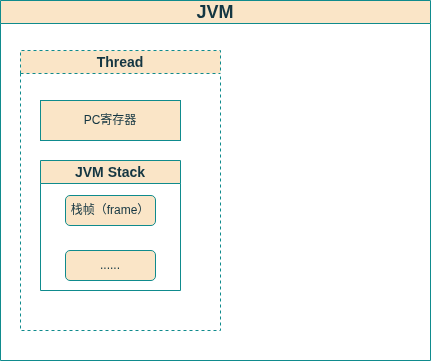
This is java/java.png from 290044632/bookmark, a draw.io export, as it was before one commit. Source tidied: cells renumbered, new cells last; positions are measured from the earlier drawing's top-left corner, leaving out a move shared by most shapes. Its diagram source:
```xml
<mxGraphModel>
  <root>
    <mxCell id="0" />
    <mxCell id="1" parent="0" />
    <mxCell id="2" value="JVM" style="swimlane;whiteSpace=wrap;html=1;fontSize=18;align=center;labelBackgroundColor=none;fillColor=#FAE5C7;strokeColor=#0F8B8D;fontColor=#143642;" parent="1" vertex="1">
      <mxGeometry width="430" height="360" as="geometry" />
    </mxCell>
    <mxCell id="3" value="&lt;font style=&quot;font-size: 14px;&quot;&gt;Thread&lt;/font&gt;" style="swimlane;whiteSpace=wrap;html=1;labelBackgroundColor=none;fillColor=#FAE5C7;strokeColor=#0F8B8D;fontColor=#143642;dashed=1;" parent="2" vertex="1">
      <mxGeometry x="20" y="50" width="200" height="280" as="geometry" />
    </mxCell>
    <mxCell id="4" value="PC寄存器" style="rounded=0;whiteSpace=wrap;html=1;labelBackgroundColor=none;fillColor=#FAE5C7;strokeColor=#0F8B8D;fontColor=#143642;" parent="3" vertex="1">
      <mxGeometry x="20" y="50" width="140" height="40" as="geometry" />
    </mxCell>
    <mxCell id="5" value="&lt;font style=&quot;font-size: 14px;&quot;&gt;JVM Stack&lt;/font&gt;" style="swimlane;whiteSpace=wrap;html=1;strokeColor=#0F8B8D;fontColor=#143642;fillColor=#FAE5C7;" parent="3" vertex="1">
      <mxGeometry x="20" y="110" width="140" height="130" as="geometry" />
    </mxCell>
    <mxCell id="6" value="栈帧（frame）" style="rounded=1;whiteSpace=wrap;html=1;strokeColor=#0F8B8D;fontColor=#143642;fillColor=#FAE5C7;" parent="5" vertex="1">
      <mxGeometry x="25" y="35" width="90" height="30" as="geometry" />
    </mxCell>
    <mxCell id="7" value="......" style="rounded=1;whiteSpace=wrap;html=1;strokeColor=#0F8B8D;fontColor=#143642;fillColor=#FAE5C7;" parent="5" vertex="1">
      <mxGeometry x="25" y="90" width="90" height="30" as="geometry" />
    </mxCell>
  </root>
</mxGraphModel>
```
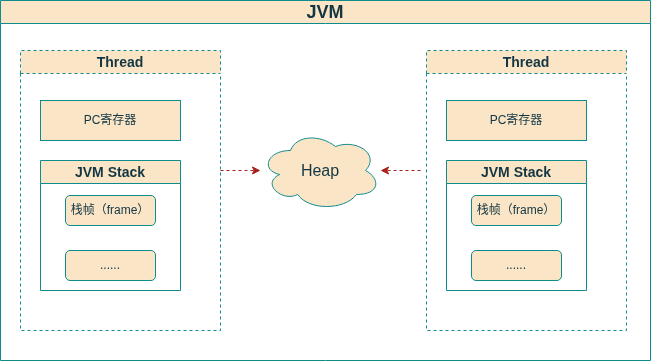
After the change.

Commit message:
新增jvm相关知识

The edit, as a diff of the source:
```diff
@@ -3,7 +3,7 @@
     <mxCell id="0" />
     <mxCell id="1" parent="0" />
     <mxCell id="2" value="JVM" style="swimlane;whiteSpace=wrap;html=1;fontSize=18;align=center;labelBackgroundColor=none;fillColor=#FAE5C7;strokeColor=#0F8B8D;fontColor=#143642;" parent="1" vertex="1">
-      <mxGeometry width="430" height="360" as="geometry" />
+      <mxGeometry width="650" height="360" as="geometry" />
     </mxCell>
     <mxCell id="3" value="&lt;font style=&quot;font-size: 14px;&quot;&gt;Thread&lt;/font&gt;" style="swimlane;whiteSpace=wrap;html=1;labelBackgroundColor=none;fillColor=#FAE5C7;strokeColor=#0F8B8D;fontColor=#143642;dashed=1;" parent="2" vertex="1">
       <mxGeometry x="20" y="50" width="200" height="280" as="geometry" />
@@ -20,5 +20,34 @@
     <mxCell id="7" value="......" style="rounded=1;whiteSpace=wrap;html=1;strokeColor=#0F8B8D;fontColor=#143642;fillColor=#FAE5C7;" parent="5" vertex="1">
       <mxGeometry x="25" y="90" width="90" height="30" as="geometry" />
     </mxCell>
+    <mxCell id="8" value="&lt;font style=&quot;font-size: 14px;&quot;&gt;Thread&lt;/font&gt;" style="swimlane;whiteSpace=wrap;html=1;labelBackgroundColor=none;fillColor=#FAE5C7;strokeColor=#0F8B8D;fontColor=#143642;dashed=1;" parent="2" vertex="1">
+      <mxGeometry x="426" y="50" width="200" height="280" as="geometry" />
+    </mxCell>
+    <mxCell id="9" value="PC寄存器" style="rounded=0;whiteSpace=wrap;html=1;labelBackgroundColor=none;fillColor=#FAE5C7;strokeColor=#0F8B8D;fontColor=#143642;" parent="8" vertex="1">
+      <mxGeometry x="20" y="50" width="140" height="40" as="geometry" />
+    </mxCell>
+    <mxCell id="10" value="&lt;font style=&quot;font-size: 14px;&quot;&gt;JVM Stack&lt;/font&gt;" style="swimlane;whiteSpace=wrap;html=1;strokeColor=#0F8B8D;fontColor=#143642;fillColor=#FAE5C7;" parent="8" vertex="1">
+      <mxGeometry x="20" y="110" width="140" height="130" as="geometry" />
+    </mxCell>
+    <mxCell id="11" value="栈帧（frame）" style="rounded=1;whiteSpace=wrap;html=1;strokeColor=#0F8B8D;fontColor=#143642;fillColor=#FAE5C7;" parent="10" vertex="1">
+      <mxGeometry x="25" y="35" width="90" height="30" as="geometry" />
+    </mxCell>
+    <mxCell id="12" value="......" style="rounded=1;whiteSpace=wrap;html=1;strokeColor=#0F8B8D;fontColor=#143642;fillColor=#FAE5C7;" parent="10" vertex="1">
+      <mxGeometry x="25" y="90" width="90" height="30" as="geometry" />
+    </mxCell>
+    <mxCell id="13" value="&lt;font style=&quot;font-size: 16px;&quot;&gt;Heap&lt;/font&gt;" style="ellipse;shape=cloud;whiteSpace=wrap;html=1;strokeColor=#0F8B8D;fontColor=#143642;fillColor=#FAE5C7;" parent="2" vertex="1">
+      <mxGeometry x="260" y="130" width="120" height="80" as="geometry" />
+    </mxCell>
+    <mxCell id="14" style="endArrow=classic;html=1;rounded=0;strokeColor=#A8201A;fontColor=#143642;fillColor=#FAE5C7;dashed=1;" parent="1" edge="1">
+      <mxGeometry relative="1" as="geometry">
+        <mxPoint x="220" y="170" as="sourcePoint" />
+        <mxPoint x="260" y="170" as="targetPoint" />
+      </mxGeometry>
+    </mxCell>
+    <mxCell id="15" style="endArrow=classic;html=1;rounded=0;strokeColor=#A8201A;fontColor=#143642;fillColor=#FAE5C7;dashed=1;" parent="1" edge="1" target="13">
+      <mxGeometry relative="1" as="geometry">
+        <mxPoint x="420" y="170" as="sourcePoint" />
+      </mxGeometry>
+    </mxCell>
   </root>
 </mxGraphModel>
```
